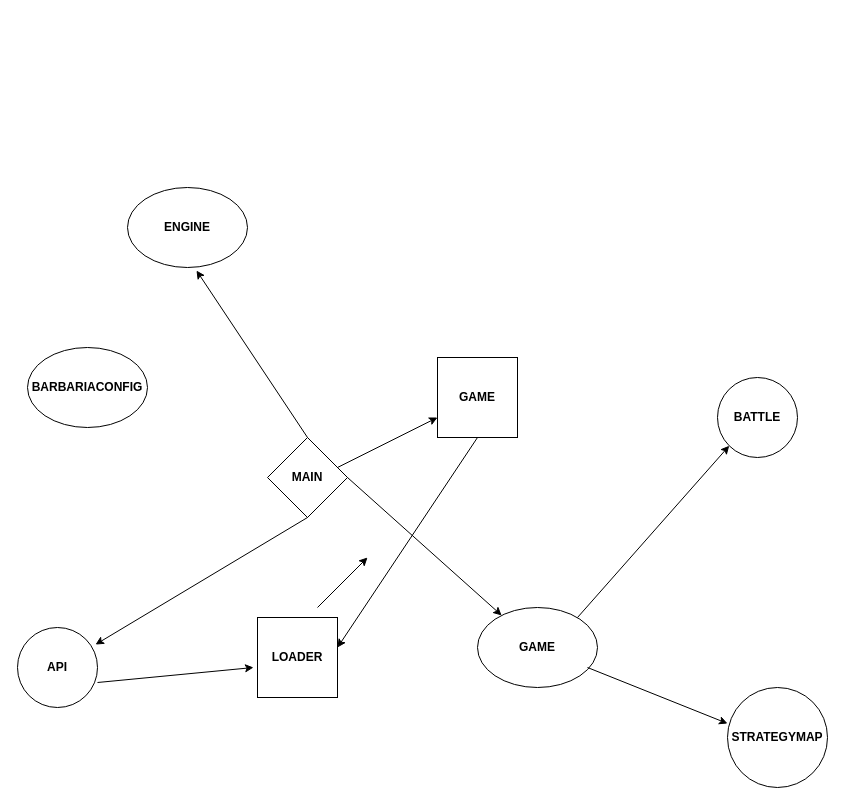
Above: Untitled Diagram.drawio in Prometheus05Dev/BarbariaGame (draw.io), before the change. Source tidied: cells renumbered, new cells numbered last; positions are measured from the earlier drawing's top-left corner, leaving out a move shared by most shapes. Both pictures are drawn from the tidied source at 100%, with x=0, y=0 at pixel (17, 187).
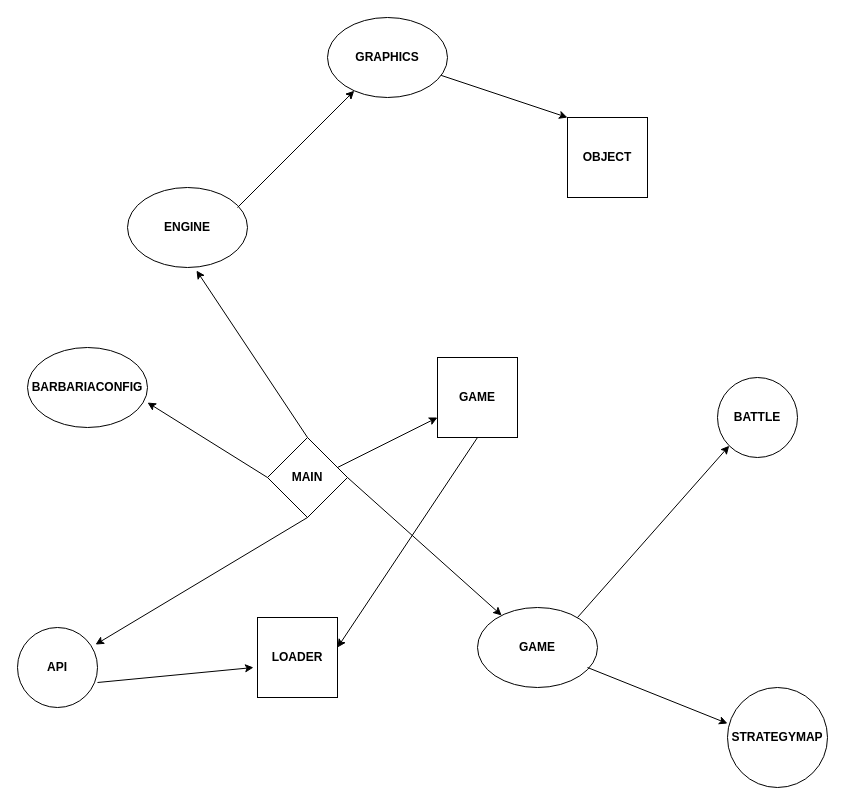
Above is the later version.

Unchanged cells that the change refers to:
```xml
<mxCell id="18" value="&lt;b&gt;BARBARIACONFIG&lt;/b&gt;" style="ellipse;whiteSpace=wrap;html=1;" parent="1" vertex="1">
  <mxGeometry x="10" y="160" width="120" height="80" as="geometry" />
</mxCell>
```

Change to the diagram source:
```diff
@@
-    <mxCell id="19" style="endArrow=classic;html=1;" parent="1" edge="1">
+    <mxCell id="19" style="endArrow=classic;html=1;entryX=1;entryY=0.688;entryDx=0;entryDy=0;entryPerimeter=0;" parent="1" edge="1" target="18">
       <mxGeometry relative="1" as="geometry">
-        <mxPoint x="300" y="420" as="sourcePoint" />
-        <mxPoint x="350" y="370" as="targetPoint" />
+        <mxPoint x="250" y="290" as="sourcePoint" />
       </mxGeometry>
     </mxCell>
+    <mxCell id="20" value="&lt;b&gt;GRAPHICS&lt;/b&gt;" style="ellipse;whiteSpace=wrap;html=1;" parent="1" vertex="1">
+      <mxGeometry x="310" y="-170" width="120" height="80" as="geometry" />
+    </mxCell>
+    <mxCell id="21" style="endArrow=classic;html=1;" parent="1" edge="1" target="20">
+      <mxGeometry relative="1" as="geometry">
+        <mxPoint x="220" y="20" as="sourcePoint" />
+      </mxGeometry>
+    </mxCell>
+    <mxCell id="22" value="&lt;b&gt;OBJECT&lt;/b&gt;" style="whiteSpace=wrap;html=1;" parent="1" vertex="1">
+      <mxGeometry x="550" y="-70" width="80" height="80" as="geometry" />
+    </mxCell>
+    <mxCell id="23" style="endArrow=classic;html=1;entryX=0;entryY=0;entryDx=0;entryDy=0;" parent="1" edge="1" source="20" target="22">
+      <mxGeometry relative="1" as="geometry" />
+    </mxCell>
```
